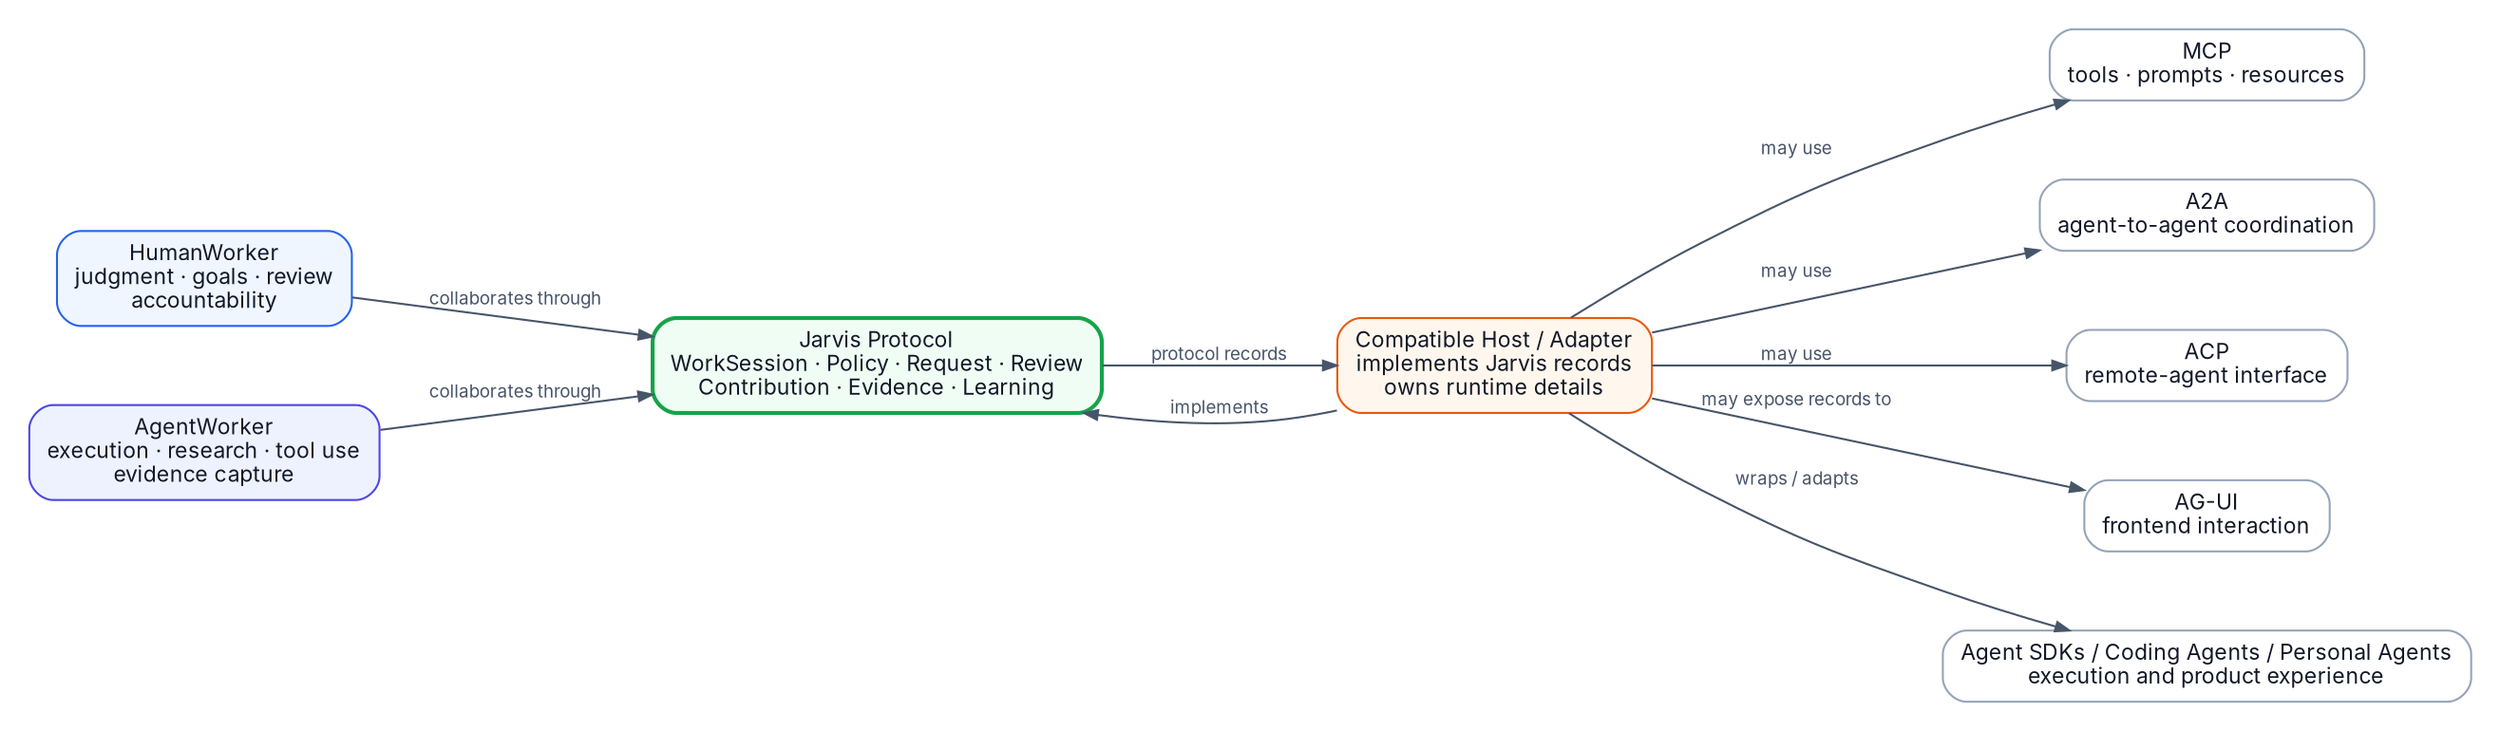
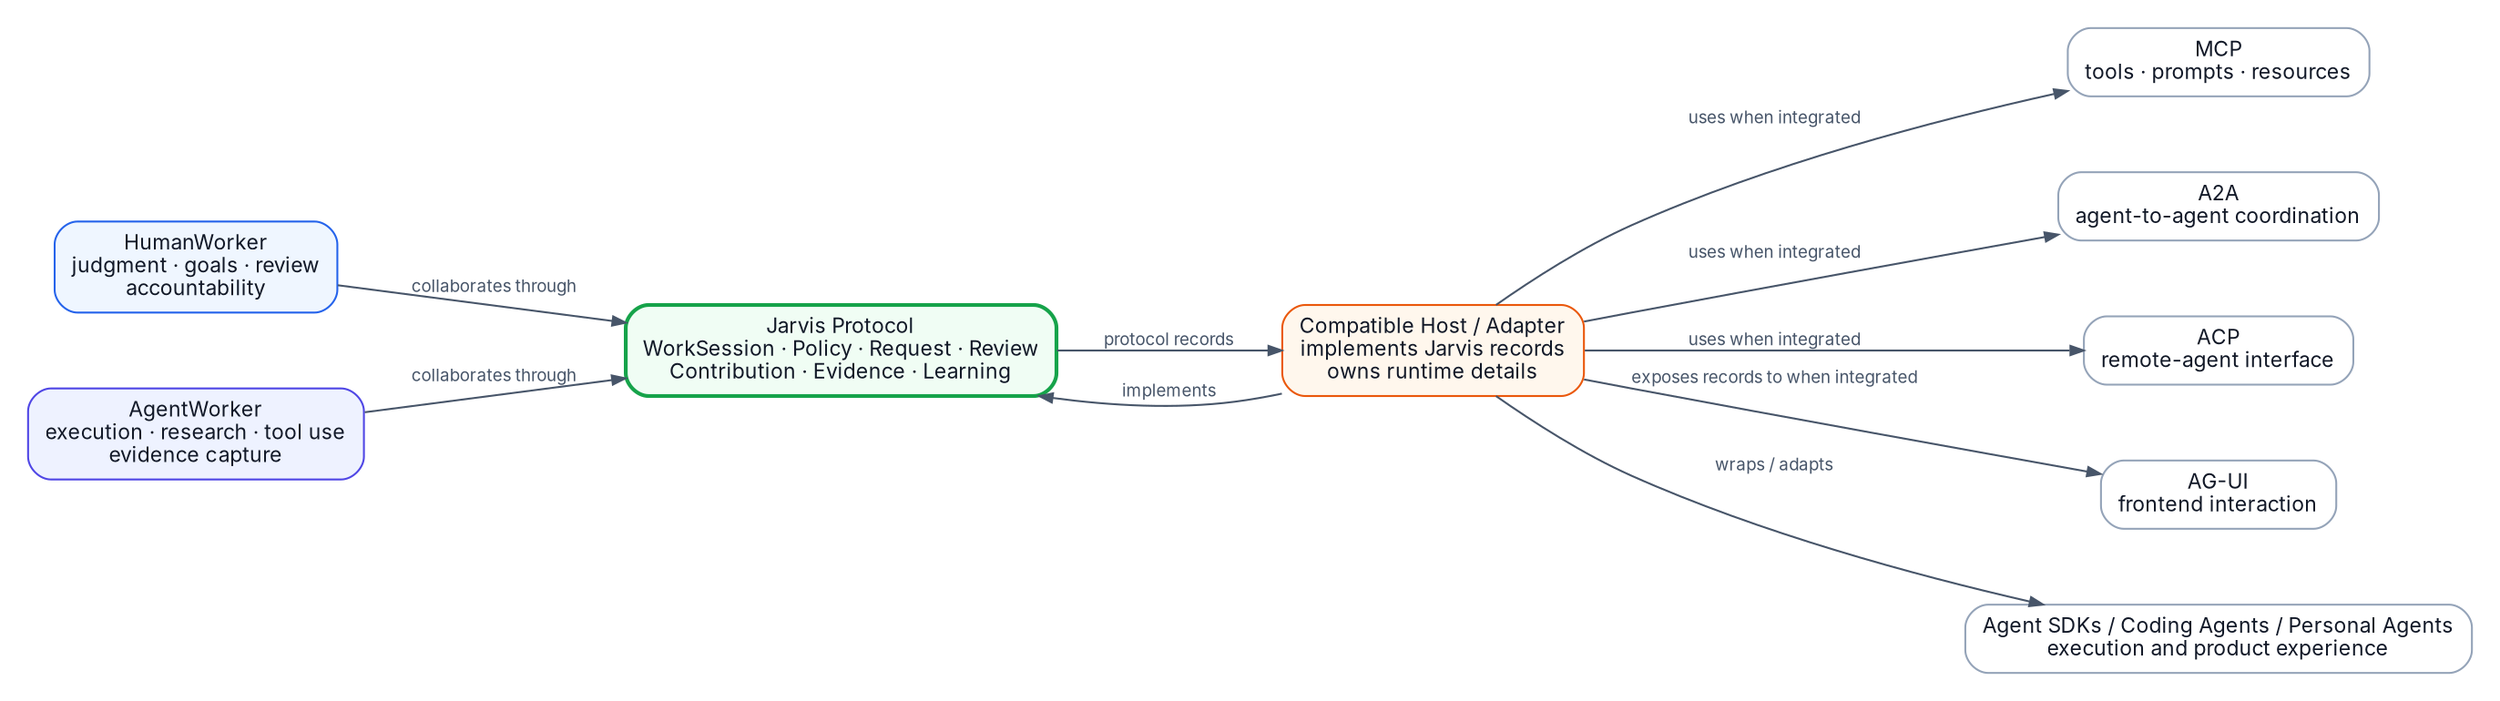
digraph G {
  graph [rankdir=LR, bgcolor="white", margin=0.15, nodesep=0.55, ranksep=0.7];
  node [shape=box, style="rounded,filled", fontname="Inter", fontsize=11, color="#94a3b8", fillcolor="#f8fafc", fontcolor="#111827", margin="0.12,0.08"];
  edge [fontname="Inter", fontsize=9, color="#475569", fontcolor="#475569", arrowsize=0.7];

  human [label="HumanWorker\njudgment · goals · review\naccountability", fillcolor="#eff6ff", color="#2563eb"];
  agent [label="AgentWorker\nexecution · research · tool use\nevidence capture", fillcolor="#eef2ff", color="#4f46e5"];
  jarvis [label="Jarvis Protocol\nWorkSession · Policy · Request · Review\nContribution · Evidence · Learning", fillcolor="#f0fdf4", color="#16a34a", penwidth=2];
  host [label="Compatible Host / Adapter\nimplements Jarvis records\nowns runtime details", fillcolor="#fff7ed", color="#ea580c"];
  mcp [label="MCP\ntools · prompts · resources", fillcolor="#ffffff"];
  a2a [label="A2A\nagent-to-agent coordination", fillcolor="#ffffff"];
  acp [label="ACP\nremote-agent interface", fillcolor="#ffffff"];
  agui [label="AG-UI\nfrontend interaction", fillcolor="#ffffff"];
  sdk [label="Agent SDKs / Coding Agents / Personal Agents\nexecution and product experience", fillcolor="#ffffff"];

  human -> jarvis [label="collaborates through"];
  agent -> jarvis [label="collaborates through"];
  host -> jarvis [label="implements"];
-   host -> mcp [label="may use"];
-   host -> a2a [label="may use"];
-   host -> acp [label="may use"];
-   host -> agui [label="may expose records to"];
+   host -> mcp [label="uses when integrated"];
+   host -> a2a [label="uses when integrated"];
+   host -> acp [label="uses when integrated"];
+   host -> agui [label="exposes records to when integrated"];
  host -> sdk [label="wraps / adapts"];
  jarvis -> host [label="protocol records"];
}
